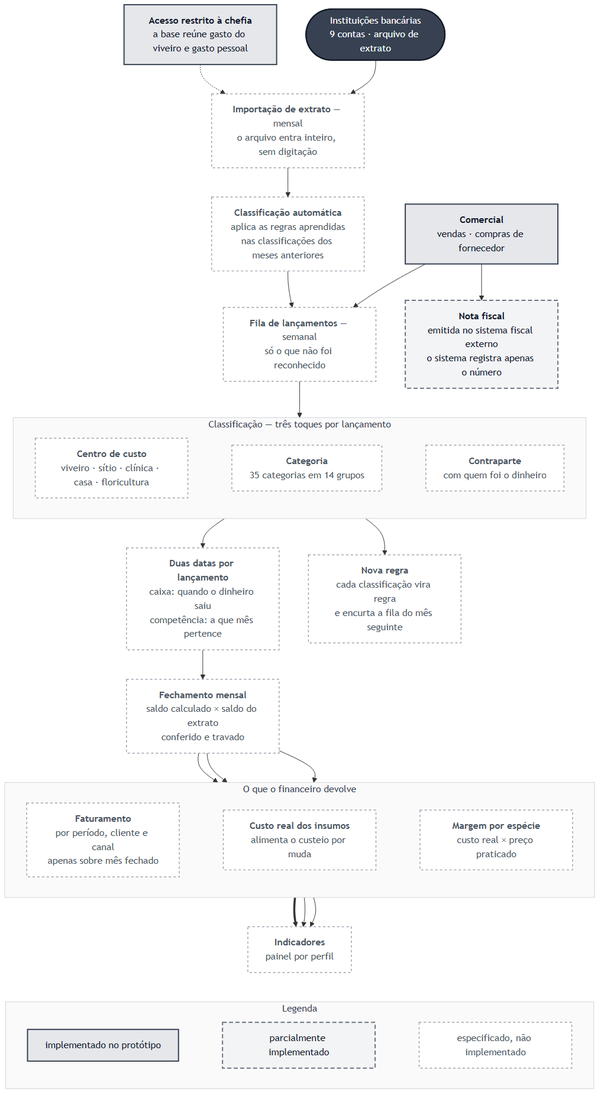
Above: docs/rotinas/img/mapa-4-financeiro.png in JoaoMudar/mudar (Mermaid), before the change. Its source is kept beside it as docs/rotinas/img/mapa-4-financeiro.mmd.
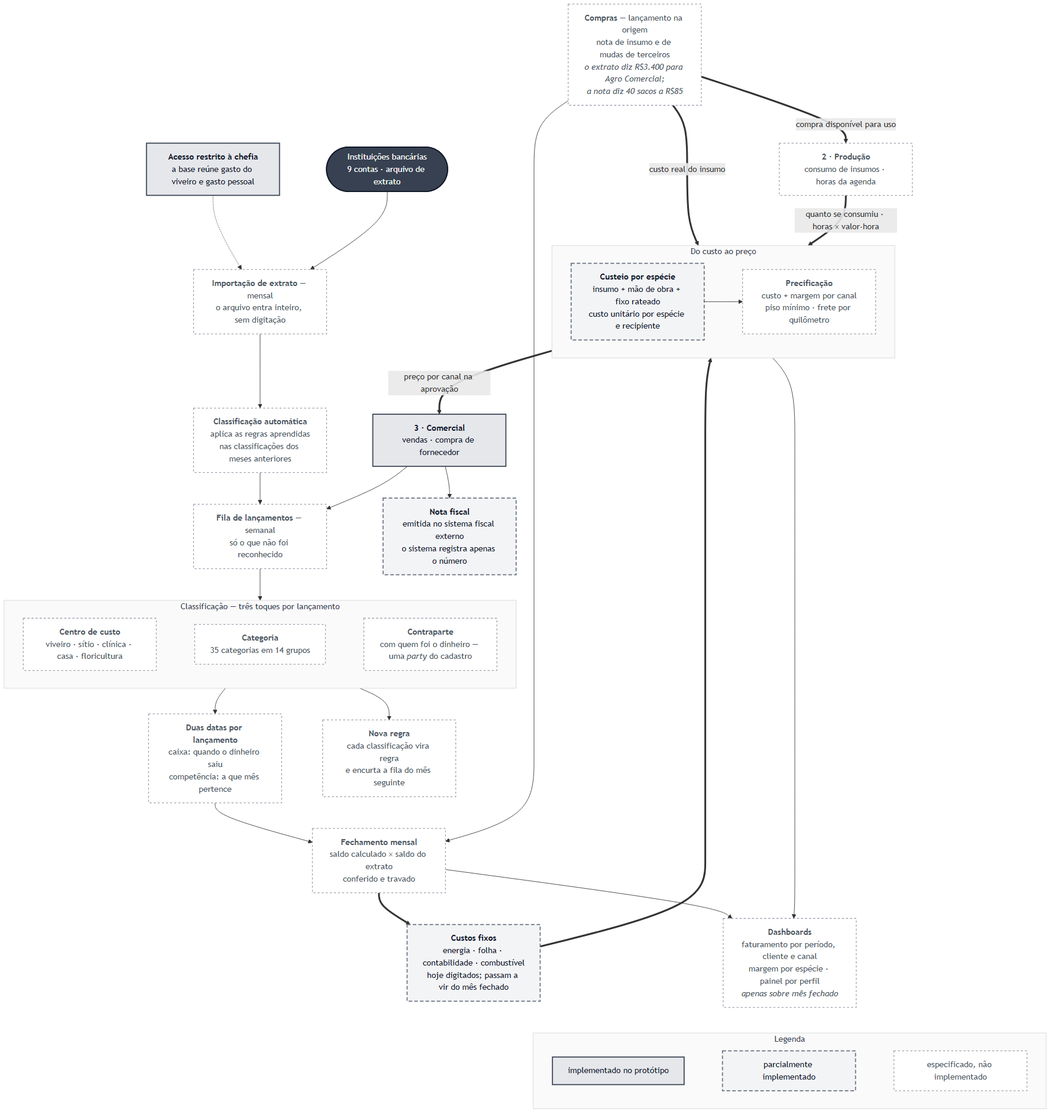
The same diagram one commit later.

Diff of the diagram source:
```diff
@@ -10,7 +10,7 @@
     direction LR
     C1["<b>Centro de custo</b><br/>viveiro · sítio · clínica · casa · floricultura"]
     C2["<b>Categoria</b><br/>35 categorias em 14 grupos"]
-    C3["<b>Contraparte</b><br/>com quem foi o dinheiro"]
+    C3["<b>Contraparte</b><br/>com quem foi o dinheiro &mdash; uma <i>party</i> do cadastro"]
     C1 ~~~ C2 ~~~ C3
   end
 
@@ -19,31 +19,39 @@
 
   FEC["<b>Fechamento mensal</b><br/>saldo calculado &times; saldo do extrato<br/>conferido e travado"]
 
-  subgraph SAI["O que o financeiro devolve"]
+  CPR["<b>Compras</b> &mdash; lançamento na origem<br/>nota de insumo e de mudas de terceiros<br/><i>o extrato diz R$3.400 para Agro Comercial;<br/>a nota diz 40 sacos a R$85</i>"]
+  CFX["<b>Custos fixos</b><br/>energia · folha · contabilidade · combustível<br/>hoje digitados; passam a vir do mês fechado"]
+
+  subgraph PRECO["Do custo ao preço"]
     direction LR
-    S1["<b>Faturamento</b><br/>por período, cliente e canal<br/>apenas sobre mês fechado"]
-    S2["<b>Custo real dos insumos</b><br/>alimenta o custeio por muda"]
-    S3["<b>Margem por espécie</b><br/>custo real &times; preço praticado"]
-    S1 ~~~ S2 ~~~ S3
+    CUS["<b>Custeio por espécie</b><br/>insumo + mão de obra + fixo rateado<br/>custo unitário por espécie e recipiente"]
+    PRE["<b>Precificação</b><br/>custo + margem por canal<br/>piso mínimo · frete por quilômetro"]
+    CUS --> PRE
   end
 
+  DSH["<b>Dashboards</b><br/>faturamento por período, cliente e canal<br/>margem por espécie · painel por perfil<br/><i>apenas sobre mês fechado</i>"]
+
   NF["<b>Nota fiscal</b><br/>emitida no sistema fiscal externo<br/>o sistema registra apenas o número"]
-  PED["<b>Comercial</b><br/>vendas · compras de fornecedor"]
-  IND["<b>Indicadores</b><br/>painel por perfil"]
+  PRO["<b>2 · Produção</b><br/>consumo de insumos · horas da agenda"]
+  COM["<b>3 · Comercial</b><br/>vendas · compra de fornecedor"]
 
   ACE -.-> IMP
   BAN --> IMP --> AUT --> FIL --> C1
   C3 --> DAT
   C3 --> REG
   DAT --> FEC
-  FEC --> S1
-  FEC --> S2
-  FEC --> S3
-  PED --> FIL
-  PED --> NF
-  S2 ==> IND
-  S1 --> IND
-  S3 --> IND
+
+  CPR --> FEC
+  FEC ==> CFX
+  CFX ==> CUS
+  CPR ==>|"custo real do insumo"| CUS
+  PRO ==>|"quanto se consumiu · horas &times; valor-hora"| CUS
+  CPR ==>|"compra disponível para uso"| PRO
+  PRE ==>|"preço por canal na aprovação"| COM
+  COM --> FIL
+  COM --> NF
+  FEC --> DSH
+  PRE --> DSH
 
   subgraph LEG["Legenda"]
     direction LR
@@ -52,7 +60,7 @@
     L3["especificado, não implementado"]
     L1 ~~~ L2 ~~~ L3
   end
-  IND ~~~ LEG
+  DSH ~~~ LEG
 
   classDef feito fill:#e5e7eb,stroke:#374151,stroke-width:2px,color:#111827
   classDef parcial fill:#f3f4f6,stroke:#6b7280,stroke-width:2px,color:#111827,stroke-dasharray:7 4
@@ -60,8 +68,8 @@
   classDef ator fill:#374151,stroke:#111827,stroke-width:2px,color:#f9fafb
   classDef grupo fill:#fafafa,stroke:#d1d5db,stroke-width:1px,color:#374151
 
-  class PED,ACE,L1 feito
-  class NF,L2 parcial
-  class IMP,AUT,FIL,C1,C2,C3,DAT,REG,FEC,S1,S2,S3,IND,L3 futuro
+  class ACE,COM,L1 feito
+  class CFX,CUS,NF,L2 parcial
+  class IMP,AUT,FIL,C1,C2,C3,DAT,REG,FEC,CPR,PRE,DSH,PRO,L3 futuro
   class BAN ator
-  class CLA,SAI,LEG grupo
+  class CLA,PRECO,LEG grupo
```
